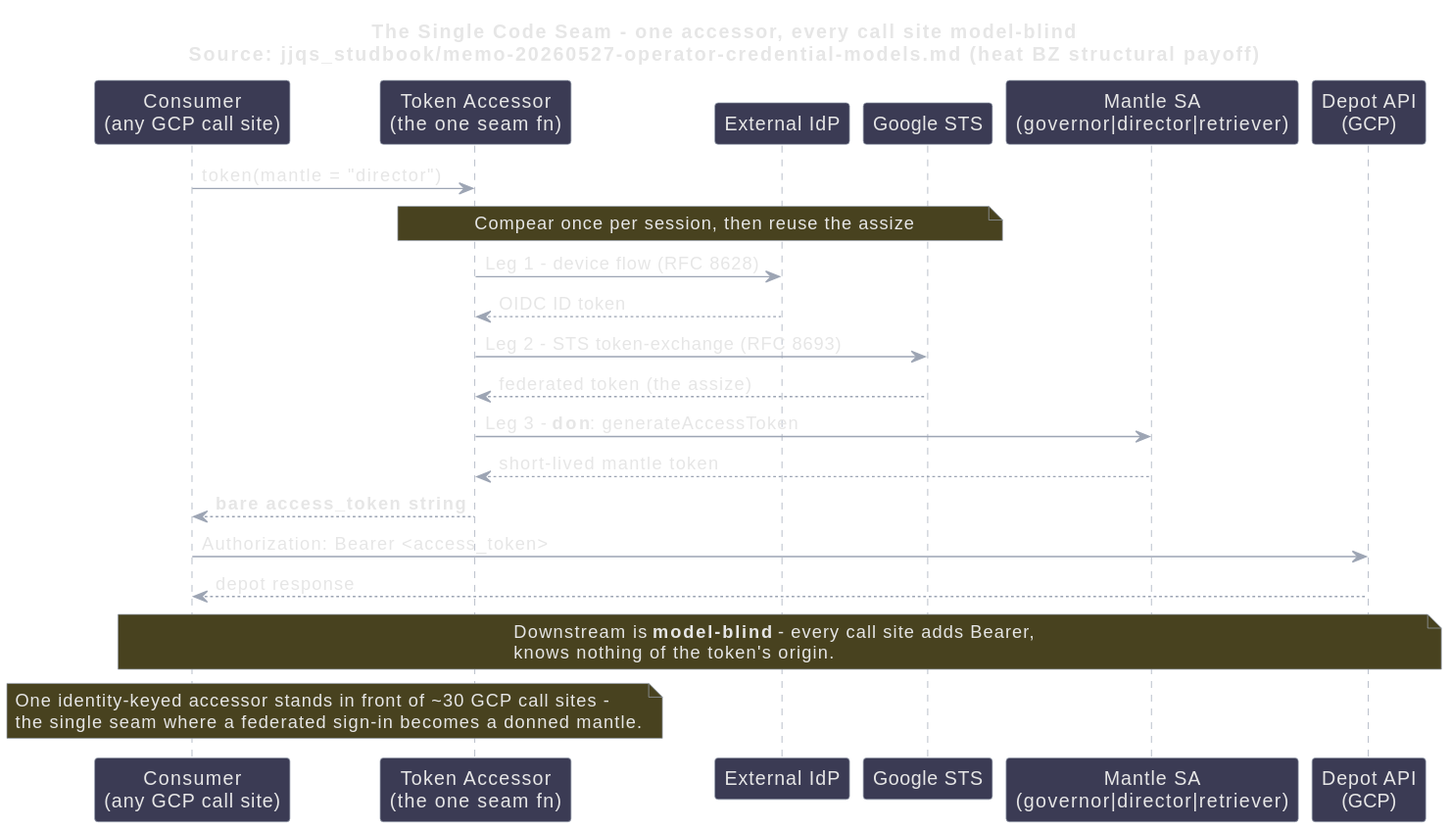
Before: diagrams/rbdgm_federation-seam-dark.svg, a diagram exported from PlantUML (bhyslop/recipemuster).
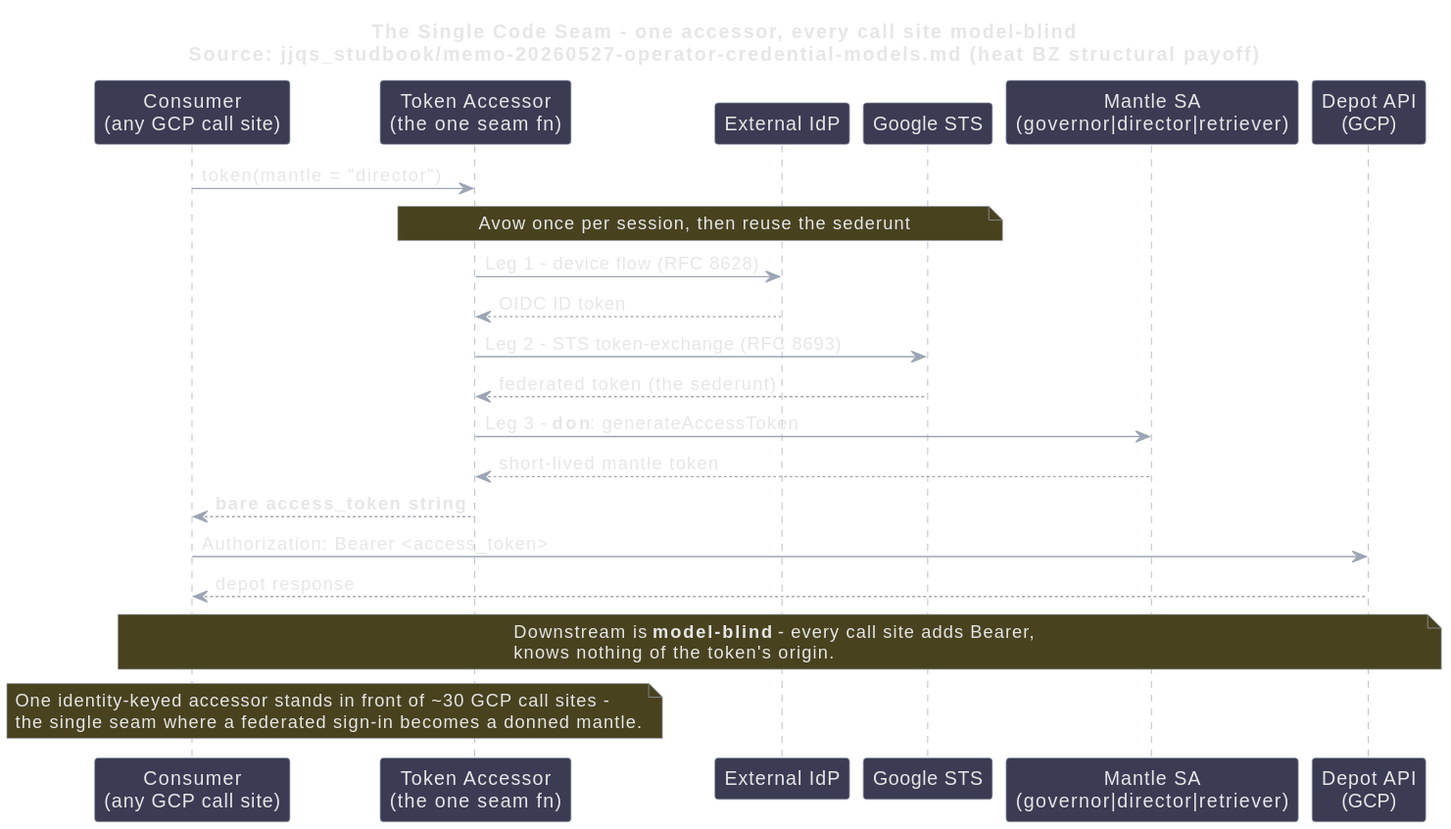
Above is the later version.

Change to the diagram source:
```diff
@@ -10,11 +10,11 @@
 
 CONS -> ACC : token(mantle = "director")
 
-note over ACC, STS : Compear once per session, then reuse the assize
+note over ACC, STS : Avow once per session, then reuse the sederunt
 ACC -> IDP : Leg 1 - device flow (RFC 8628)
 IDP --> ACC : OIDC ID token
 ACC -> STS : Leg 2 - STS token-exchange (RFC 8693)
-STS --> ACC : federated token (the assize)
+STS --> ACC : federated token (the sederunt)
 
 ACC -> SA : Leg 3 - **don**: generateAccessToken
 SA --> ACC : short-lived mantle token
```
